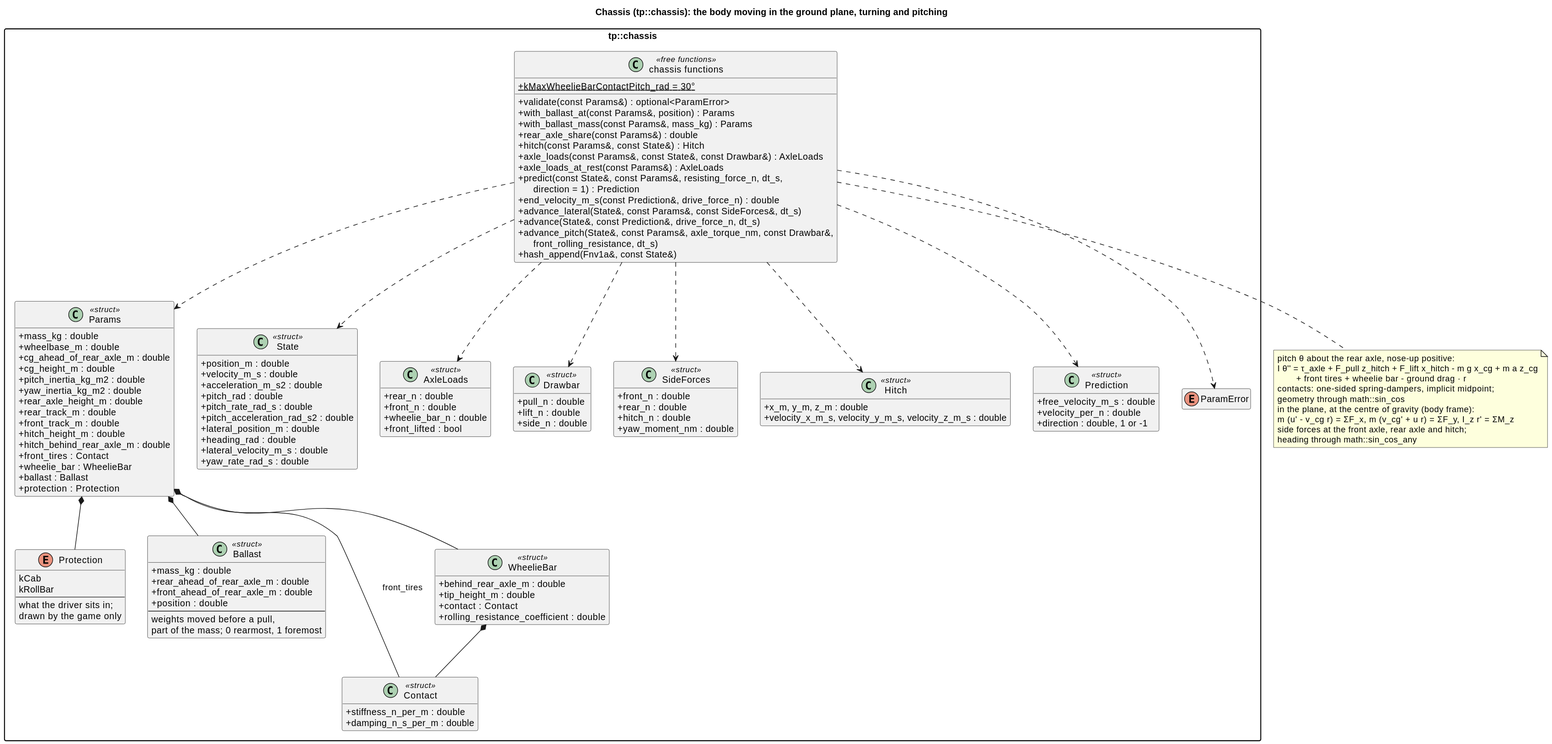
This is docs/diagrams/svg/chassis_classes.svg from wversteeg/TractorPulling, a PlantUML export, as it was before one commit.
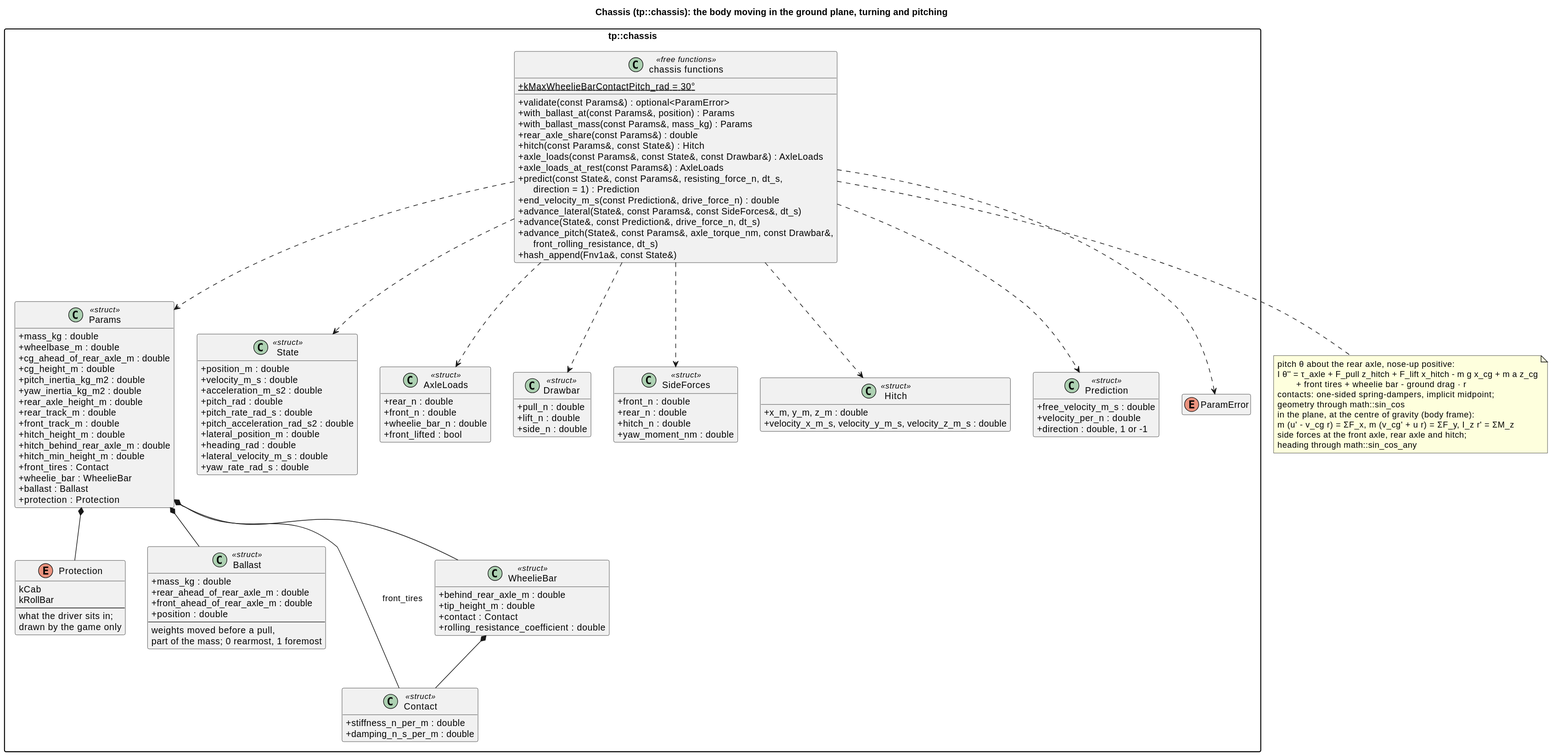
The same file after the commit.

Diff of the diagram source:
```diff
@@ -17,6 +17,7 @@
     +front_track_m : double
     +hitch_height_m : double
     +hitch_behind_rear_axle_m : double
+    +hitch_min_height_m : double
     +front_tires : Contact
     +wheelie_bar : WheelieBar
     +ballast : Ballast
```
